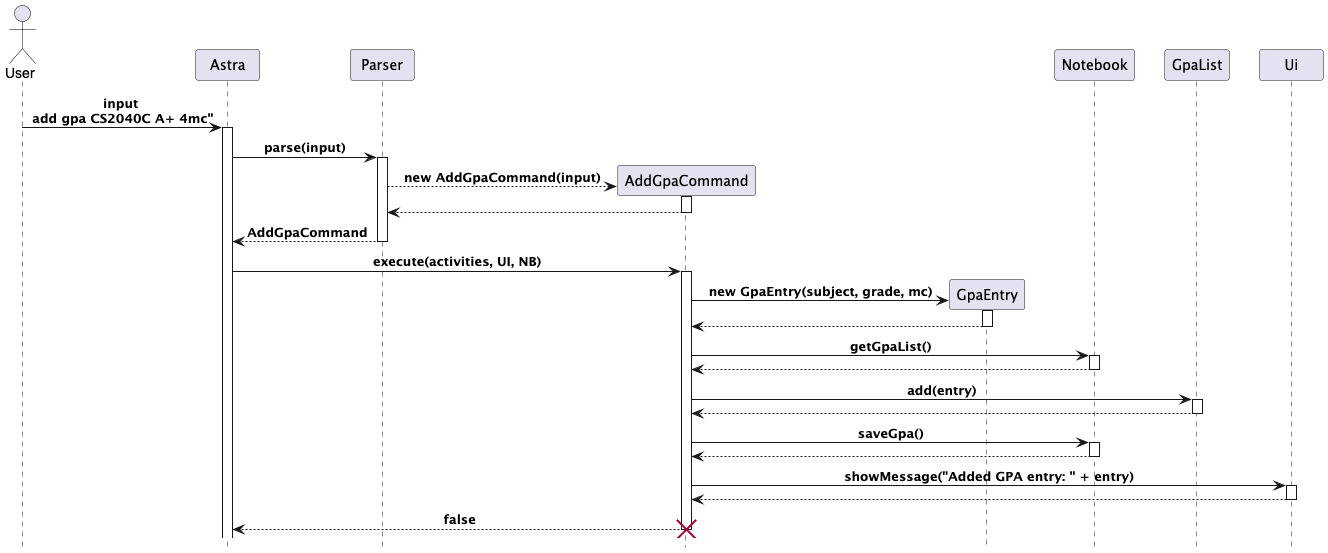
Kennahh/tp keeps this PlantUML diagram as docs/images/AddGPAEntry.png. Above is the earlier version. Its source is kept beside it as docs/diagrams/AddGPAEntry.puml.
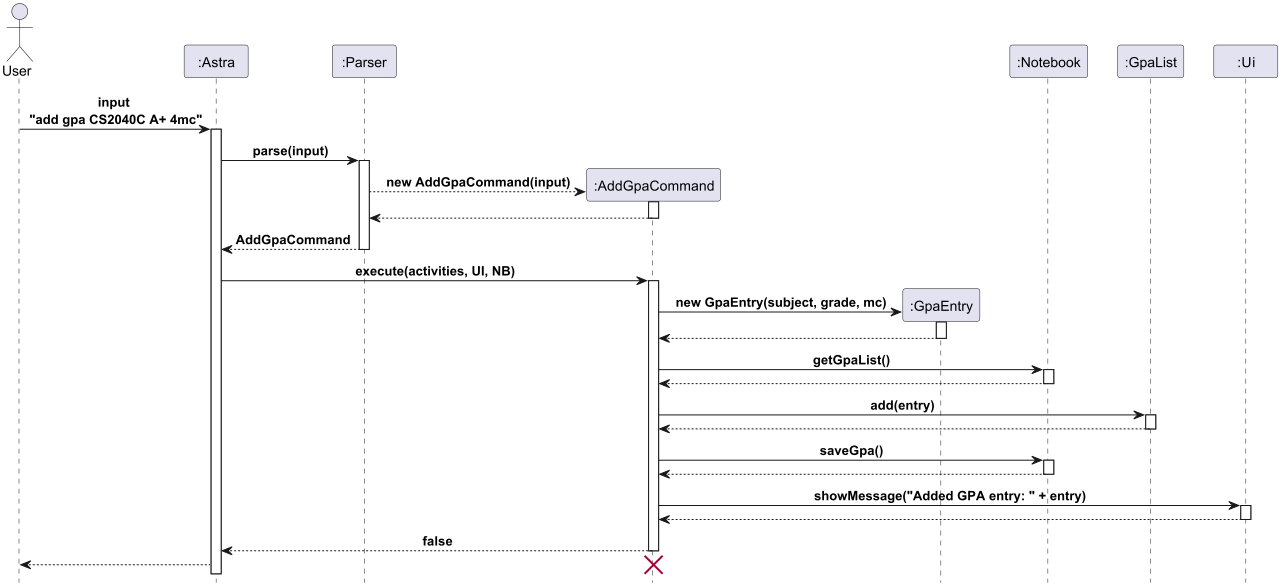
Above is the later version.

Commit message:
Update AddGPAEntry sequence diagram

Diff of the diagram source:
```diff
@@ -1,17 +1,17 @@
 @startuml
 !include style.puml
 actor User
-participant Astra
-participant Parser
+participant Astra as ":Astra"
+participant Parser as ":Parser"
 
 
-participant C as "AddGpaCommand"
+participant C as ":AddGpaCommand"
 
 
-participant GpaEntry
-participant NB as "Notebook"
-participant GL as "GpaList"
-participant UI as "Ui"
+participant GpaEntry as ":GpaEntry"
+participant NB as ":Notebook"
+participant GL as ":GpaList"
+participant UI as ":Ui"
 
 
 User -> Astra: input \n"add gpa CS2040C A+ 4mc"
@@ -60,5 +60,6 @@
 
 C --> Astra: false
 deactivate C
+Astra --> User
 destroy C
 @enduml
```
